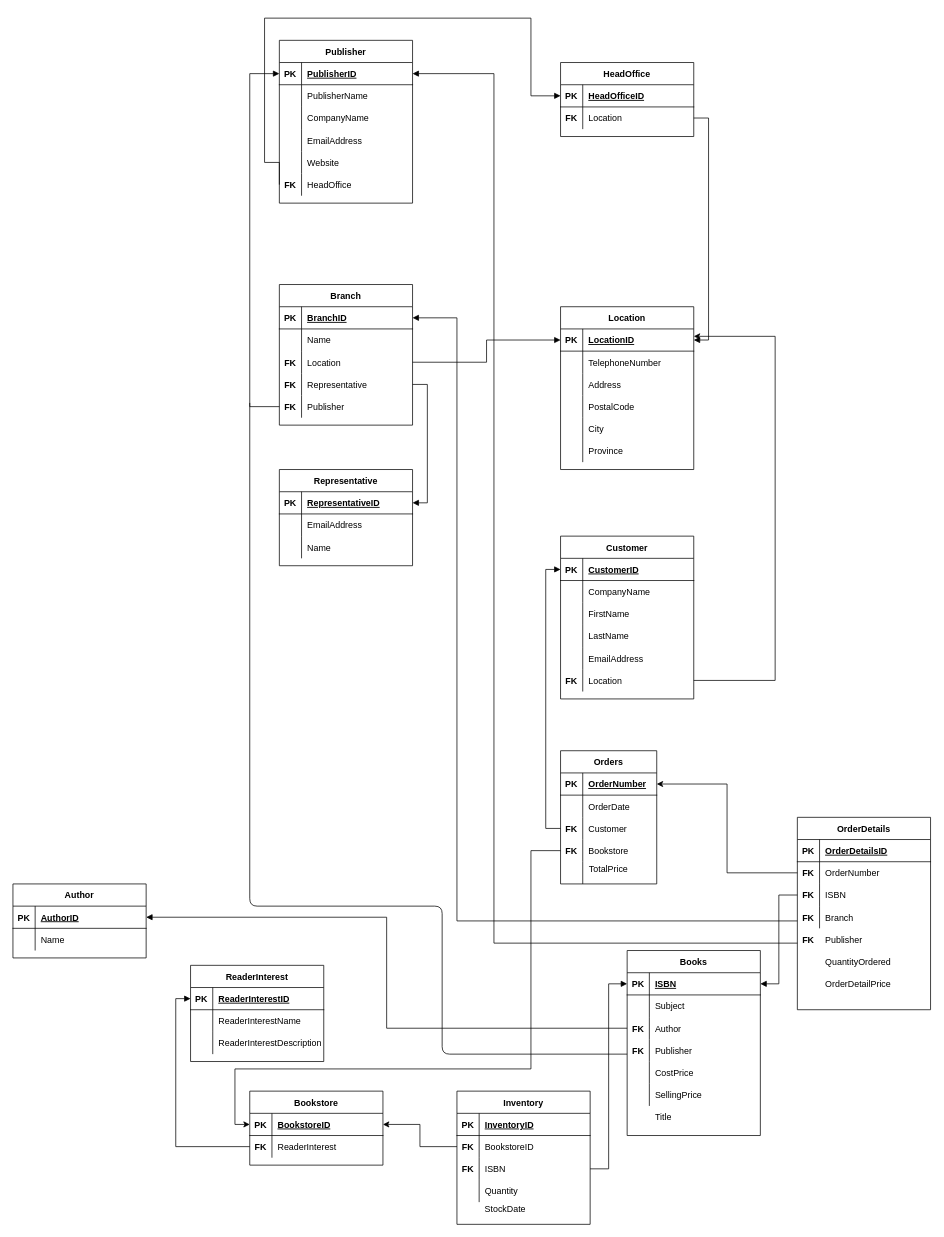
Earlier version of the draw.io diagram relational-schema.drawio (gordonpn/comp353-warmup-project). Source tidied: cells renumbered, new cells numbered last; positions are measured from the earlier drawing's top-left corner, leaving out a move shared by most shapes. Both pictures are drawn from the tidied source at 74%, with x=0, y=0 at pixel (13, 18).
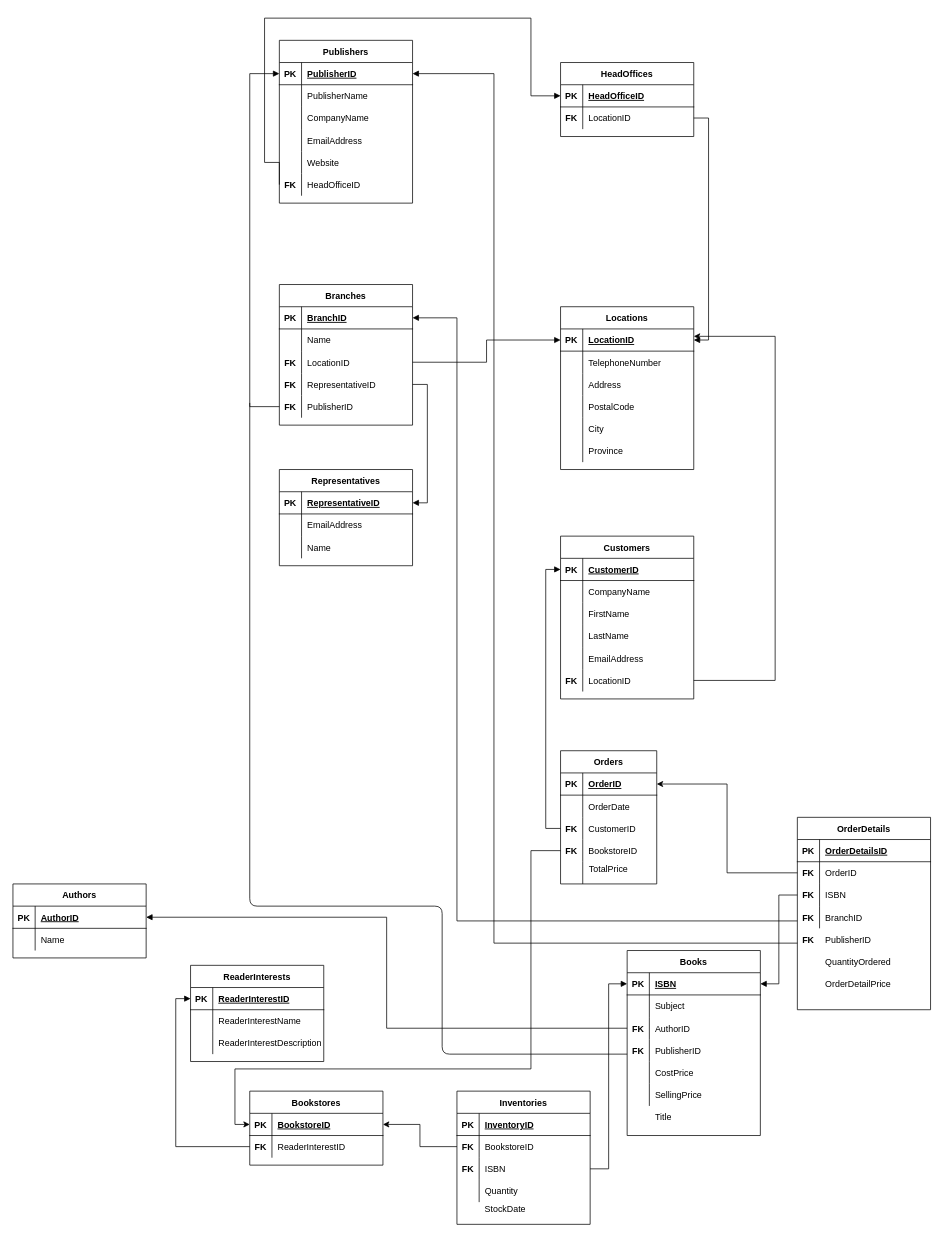
The same diagram, later.

The change refers to these unchanged cells:
```xml
<mxCell id="18" style="shape=partialRectangle;fillColor=none;top=0;left=0;bottom=0;right=0;points=[[0,0.5],[1,0.5]];portConstraint=eastwest;" parent="2" vertex="1">
  <mxGeometry y="180" width="180" height="30" as="geometry" />
</mxCell>
<mxCell id="28" style="shape=partialRectangle;fillColor=none;top=0;left=0;bottom=0;right=0;points=[[0,0.5],[1,0.5]];portConstraint=eastwest;" parent="21" vertex="1">
  <mxGeometry y="90" width="180" height="30" as="geometry" />
</mxCell>
<mxCell id="31" style="shape=partialRectangle;fillColor=none;top=0;left=0;bottom=0;right=0;points=[[0,0.5],[1,0.5]];portConstraint=eastwest;" parent="21" vertex="1">
  <mxGeometry y="120" width="180" height="30" as="geometry" />
</mxCell>
<mxCell id="34" style="shape=partialRectangle;fillColor=none;top=0;left=0;bottom=0;right=0;points=[[0,0.5],[1,0.5]];portConstraint=eastwest;" parent="21" vertex="1">
  <mxGeometry y="150" width="180" height="30" as="geometry" />
</mxCell>
<mxCell id="41" style="shape=partialRectangle;fillColor=none;top=0;left=0;bottom=0;right=0;points=[[0,0.5],[1,0.5]];portConstraint=eastwest;" parent="37" vertex="1">
  <mxGeometry y="60" width="180" height="30" as="geometry" />
</mxCell>
<mxCell id="60" style="shape=partialRectangle;fillColor=none;top=0;left=0;bottom=0;right=0;points=[[0,0.5],[1,0.5]];portConstraint=eastwest;" parent="44" vertex="1">
  <mxGeometry y="180" width="180" height="30" as="geometry" />
</mxCell>
<mxCell id="96" style="shape=partialRectangle;fillColor=none;top=0;left=0;bottom=0;right=0;points=[[0,0.5],[1,0.5]];portConstraint=eastwest;" parent="92" vertex="1">
  <mxGeometry y="60" width="180" height="30" as="geometry" />
</mxCell>
<mxCell id="102" style="shape=partialRectangle;fillColor=none;top=0;left=0;bottom=0;right=0;" parent="92" vertex="1">
  <mxGeometry y="120" width="180" height="30" as="geometry" />
</mxCell>
<mxCell id="120" style="shape=partialRectangle;fillColor=none;top=0;left=0;bottom=0;right=0;points=[[0,0.5],[1,0.5]];portConstraint=eastwest;" parent="116" vertex="1">
  <mxGeometry y="60" width="180" height="30" as="geometry" />
</mxCell>
<mxCell id="157" style="shape=partialRectangle;fillColor=none;top=0;left=0;bottom=0;right=0;points=[[0,0.5],[1,0.5]];portConstraint=eastwest;" parent="150" vertex="1">
  <mxGeometry y="90" width="180" height="30" as="geometry" />
</mxCell>
<mxCell id="160" style="shape=partialRectangle;fillColor=none;top=0;left=0;bottom=0;right=0;" parent="150" vertex="1">
  <mxGeometry y="120" width="180" height="30" as="geometry" />
</mxCell>
<mxCell id="182" style="shape=partialRectangle;fillColor=none;top=0;left=0;bottom=1;right=0;points=[[0,0.5],[1,0.5]];portConstraint=eastwest;" parent="181" vertex="1">
  <mxGeometry y="30" width="130" height="30" as="geometry" />
</mxCell>
<mxCell id="188" style="shape=partialRectangle;fillColor=none;top=0;left=0;bottom=0;right=0;points=[[0,0.5],[1,0.5]];portConstraint=eastwest;" parent="181" vertex="1">
  <mxGeometry y="90" width="130" height="30" as="geometry" />
</mxCell>
<mxCell id="191" style="shape=partialRectangle;fillColor=none;top=0;left=0;bottom=0;right=0;points=[[0,0.5],[1,0.5]];portConstraint=eastwest;" parent="181" vertex="1">
  <mxGeometry y="120" width="130" height="30" as="geometry" />
</mxCell>
```

The edit, as a diff of the source:
```diff
@@
-    <mxCell id="2" value="Publisher" style="shape=table;startSize=30;childLayout=tableLayout;rowLines=0;fontStyle=1;align=center;" parent="1" vertex="1">
+    <mxCell id="2" value="Publishers" style="shape=table;startSize=30;childLayout=tableLayout;rowLines=0;fontStyle=1;align=center;" parent="1" vertex="1">
       <mxGeometry x="360" y="30" width="180" height="220" as="geometry" />
     </mxCell>
@@
-    <mxCell id="20" value="HeadOffice" style="shape=partialRectangle;fillColor=none;top=0;left=0;bottom=0;right=0;align=left;spacingLeft=6;overflow=hidden;" parent="18" vertex="1">
+    <mxCell id="20" value="HeadOfficeID" style="shape=partialRectangle;fillColor=none;top=0;left=0;bottom=0;right=0;align=left;spacingLeft=6;overflow=hidden;" parent="18" vertex="1">
       <mxGeometry x="30" width="150" height="30" as="geometry" />
     </mxCell>
-    <mxCell id="21" value="Branch" style="shape=table;startSize=30;childLayout=tableLayout;rowLines=0;fontStyle=1;align=center;" parent="1" vertex="1">
+    <mxCell id="21" value="Branches" style="shape=table;startSize=30;childLayout=tableLayout;rowLines=0;fontStyle=1;align=center;" parent="1" vertex="1">
       <mxGeometry x="360" y="360" width="180" height="190" as="geometry" />
     </mxCell>
@@
-    <mxCell id="30" value="Location" style="shape=partialRectangle;fillColor=none;top=0;left=0;bottom=0;right=0;align=left;spacingLeft=6;overflow=hidden;" parent="28" vertex="1">
+    <mxCell id="30" value="LocationID" style="shape=partialRectangle;fillColor=none;top=0;left=0;bottom=0;right=0;align=left;spacingLeft=6;overflow=hidden;" parent="28" vertex="1">
       <mxGeometry x="30" width="150" height="30" as="geometry" />
     </mxCell>
@@
-    <mxCell id="33" value="Representative" style="shape=partialRectangle;fillColor=none;top=0;left=0;bottom=0;right=0;align=left;spacingLeft=6;overflow=hidden;" parent="31" vertex="1">
+    <mxCell id="33" value="RepresentativeID" style="shape=partialRectangle;fillColor=none;top=0;left=0;bottom=0;right=0;align=left;spacingLeft=6;overflow=hidden;" parent="31" vertex="1">
       <mxGeometry x="30" width="150" height="30" as="geometry" />
     </mxCell>
@@
-    <mxCell id="36" value="Publisher" style="shape=partialRectangle;fillColor=none;top=0;left=0;bottom=0;right=0;align=left;spacingLeft=6;overflow=hidden;" parent="34" vertex="1">
+    <mxCell id="36" value="PublisherID" style="shape=partialRectangle;fillColor=none;top=0;left=0;bottom=0;right=0;align=left;spacingLeft=6;overflow=hidden;" parent="34" vertex="1">
       <mxGeometry x="30" width="150" height="30" as="geometry" />
     </mxCell>
-    <mxCell id="37" value="HeadOffice" style="shape=table;startSize=30;childLayout=tableLayout;rowLines=0;fontStyle=1;align=center;" parent="1" vertex="1">
+    <mxCell id="37" value="HeadOffices" style="shape=table;startSize=30;childLayout=tableLayout;rowLines=0;fontStyle=1;align=center;" parent="1" vertex="1">
       <mxGeometry x="740" y="60" width="180" height="100" as="geometry" />
     </mxCell>
@@
-    <mxCell id="43" value="Location" style="shape=partialRectangle;fillColor=none;top=0;left=0;bottom=0;right=0;align=left;spacingLeft=6;overflow=hidden;" parent="41" vertex="1">
+    <mxCell id="43" value="LocationID" style="shape=partialRectangle;fillColor=none;top=0;left=0;bottom=0;right=0;align=left;spacingLeft=6;overflow=hidden;" parent="41" vertex="1">
       <mxGeometry x="30" width="150" height="30" as="geometry" />
     </mxCell>
-    <mxCell id="44" value="Customer" style="shape=table;startSize=30;childLayout=tableLayout;rowLines=0;fontStyle=1;align=center;" parent="1" vertex="1">
+    <mxCell id="44" value="Customers" style="shape=table;startSize=30;childLayout=tableLayout;rowLines=0;fontStyle=1;align=center;" parent="1" vertex="1">
       <mxGeometry x="740" y="700" width="180" height="220" as="geometry" />
     </mxCell>
@@
-    <mxCell id="62" value="Location" style="shape=partialRectangle;fillColor=none;top=0;left=0;bottom=0;right=0;align=left;spacingLeft=6;overflow=hidden;" parent="60" vertex="1">
+    <mxCell id="62" value="LocationID" style="shape=partialRectangle;fillColor=none;top=0;left=0;bottom=0;right=0;align=left;spacingLeft=6;overflow=hidden;" parent="60" vertex="1">
       <mxGeometry x="30" width="150" height="30" as="geometry" />
     </mxCell>
-    <mxCell id="63" value="Representative" style="shape=table;startSize=30;childLayout=tableLayout;rowLines=0;fontStyle=1;align=center;" parent="1" vertex="1">
+    <mxCell id="63" value="Representatives" style="shape=table;startSize=30;childLayout=tableLayout;rowLines=0;fontStyle=1;align=center;" parent="1" vertex="1">
       <mxGeometry x="360" y="610" width="180" height="130" as="geometry" />
     </mxCell>
@@
-    <mxCell id="73" value="Location" style="shape=table;startSize=30;childLayout=tableLayout;rowLines=0;fontStyle=1;align=center;" parent="1" vertex="1">
+    <mxCell id="73" value="Locations" style="shape=table;startSize=30;childLayout=tableLayout;rowLines=0;fontStyle=1;align=center;" parent="1" vertex="1">
       <mxGeometry x="740" y="390" width="180" height="220" as="geometry" />
     </mxCell>
@@
-    <mxCell id="98" value="OrderNumber" style="shape=partialRectangle;fillColor=none;top=0;left=0;bottom=0;right=0;align=left;spacingLeft=6;overflow=hidden;" parent="96" vertex="1">
+    <mxCell id="98" value="OrderID" style="shape=partialRectangle;fillColor=none;top=0;left=0;bottom=0;right=0;align=left;spacingLeft=6;overflow=hidden;" parent="96" vertex="1">
       <mxGeometry x="30" width="150" height="30" as="geometry" />
     </mxCell>
@@
-    <mxCell id="104" value="Branch" style="shape=partialRectangle;fillColor=none;top=0;left=0;bottom=0;right=0;align=left;spacingLeft=6;overflow=hidden;" parent="102" vertex="1">
+    <mxCell id="104" value="BranchID" style="shape=partialRectangle;fillColor=none;top=0;left=0;bottom=0;right=0;align=left;spacingLeft=6;overflow=hidden;" parent="102" vertex="1">
       <mxGeometry x="30" width="150" height="30" as="geometry" />
     </mxCell>
@@
-    <mxCell id="116" value="Bookstore" style="shape=table;startSize=30;childLayout=tableLayout;rowLines=0;fontStyle=1;align=center;" parent="1" vertex="1">
+    <mxCell id="116" value="Bookstores" style="shape=table;startSize=30;childLayout=tableLayout;rowLines=0;fontStyle=1;align=center;" parent="1" vertex="1">
       <mxGeometry x="320" y="1450" width="180" height="100" as="geometry" />
     </mxCell>
@@
-    <mxCell id="122" value="ReaderInterest" style="shape=partialRectangle;fillColor=none;top=0;left=0;bottom=0;right=0;align=left;spacingLeft=6;overflow=hidden;" parent="120" vertex="1">
+    <mxCell id="122" value="ReaderInterestID" style="shape=partialRectangle;fillColor=none;top=0;left=0;bottom=0;right=0;align=left;spacingLeft=6;overflow=hidden;" parent="120" vertex="1">
       <mxGeometry x="30" width="150" height="30" as="geometry" />
     </mxCell>
@@
-    <mxCell id="125" value="Inventory" style="shape=table;startSize=30;childLayout=tableLayout;rowLines=0;fontStyle=1;align=center;" parent="1" vertex="1">
+    <mxCell id="125" value="Inventories" style="shape=table;startSize=30;childLayout=tableLayout;rowLines=0;fontStyle=1;align=center;" parent="1" vertex="1">
       <mxGeometry x="600" y="1450" width="180" height="180" as="geometry" />
     </mxCell>
@@
-    <mxCell id="139" value="ReaderInterest" style="shape=table;startSize=30;childLayout=tableLayout;rowLines=0;fontStyle=1;align=center;" parent="1" vertex="1">
+    <mxCell id="139" value="ReaderInterests" style="shape=table;startSize=30;childLayout=tableLayout;rowLines=0;fontStyle=1;align=center;" parent="1" vertex="1">
       <mxGeometry x="240" y="1280" width="180" height="130" as="geometry" />
     </mxCell>
@@
-    <mxCell id="159" value="Author" style="shape=partialRectangle;fillColor=none;top=0;left=0;bottom=0;right=0;align=left;spacingLeft=6;overflow=hidden;" parent="157" vertex="1">
+    <mxCell id="159" value="AuthorID" style="shape=partialRectangle;fillColor=none;top=0;left=0;bottom=0;right=0;align=left;spacingLeft=6;overflow=hidden;" parent="157" vertex="1">
       <mxGeometry x="30" width="150" height="30" as="geometry" />
     </mxCell>
@@
-    <mxCell id="162" value="Publisher" style="shape=partialRectangle;fillColor=none;top=0;left=0;bottom=0;right=0;align=left;spacingLeft=6;overflow=hidden;" parent="160" vertex="1">
+    <mxCell id="162" value="PublisherID" style="shape=partialRectangle;fillColor=none;top=0;left=0;bottom=0;right=0;align=left;spacingLeft=6;overflow=hidden;" parent="160" vertex="1">
       <mxGeometry x="30" width="150" height="30" as="geometry" />
     </mxCell>
@@
-    <mxCell id="170" value="Author" style="shape=table;startSize=30;childLayout=tableLayout;rowLines=0;fontStyle=1;align=center;" parent="1" vertex="1">
+    <mxCell id="170" value="Authors" style="shape=table;startSize=30;childLayout=tableLayout;rowLines=0;fontStyle=1;align=center;" parent="1" vertex="1">
       <mxGeometry y="1170" width="180" height="100" as="geometry" />
     </mxCell>
@@
-    <mxCell id="184" value="OrderNumber" style="shape=partialRectangle;fillColor=none;top=0;left=0;bottom=0;right=0;align=left;spacingLeft=6;fontStyle=5;overflow=hidden;" parent="182" vertex="1">
+    <mxCell id="184" value="OrderID" style="shape=partialRectangle;fillColor=none;top=0;left=0;bottom=0;right=0;align=left;spacingLeft=6;fontStyle=5;overflow=hidden;" parent="182" vertex="1">
       <mxGeometry x="30" width="100" height="30" as="geometry" />
     </mxCell>
@@
-    <mxCell id="190" value="Customer" style="shape=partialRectangle;fillColor=none;top=0;left=0;bottom=0;right=0;align=left;spacingLeft=6;overflow=hidden;" parent="188" vertex="1">
+    <mxCell id="190" value="CustomerID" style="shape=partialRectangle;fillColor=none;top=0;left=0;bottom=0;right=0;align=left;spacingLeft=6;overflow=hidden;" parent="188" vertex="1">
       <mxGeometry x="30" width="100" height="30" as="geometry" />
     </mxCell>
@@
-    <mxCell id="193" value="Bookstore" style="shape=partialRectangle;fillColor=none;top=0;left=0;bottom=0;right=0;align=left;spacingLeft=6;overflow=hidden;" parent="191" vertex="1">
+    <mxCell id="193" value="BookstoreID" style="shape=partialRectangle;fillColor=none;top=0;left=0;bottom=0;right=0;align=left;spacingLeft=6;overflow=hidden;" parent="191" vertex="1">
       <mxGeometry x="30" width="100" height="30" as="geometry" />
     </mxCell>
@@
-    <mxCell id="198" value="Publisher" style="shape=partialRectangle;fillColor=none;top=0;left=0;bottom=0;right=0;align=left;spacingLeft=6;overflow=hidden;" parent="1" vertex="1">
+    <mxCell id="198" value="PublisherID" style="shape=partialRectangle;fillColor=none;top=0;left=0;bottom=0;right=0;align=left;spacingLeft=6;overflow=hidden;" parent="1" vertex="1">
       <mxGeometry x="1090" y="1230" width="150" height="30" as="geometry" />
     </mxCell>
```
